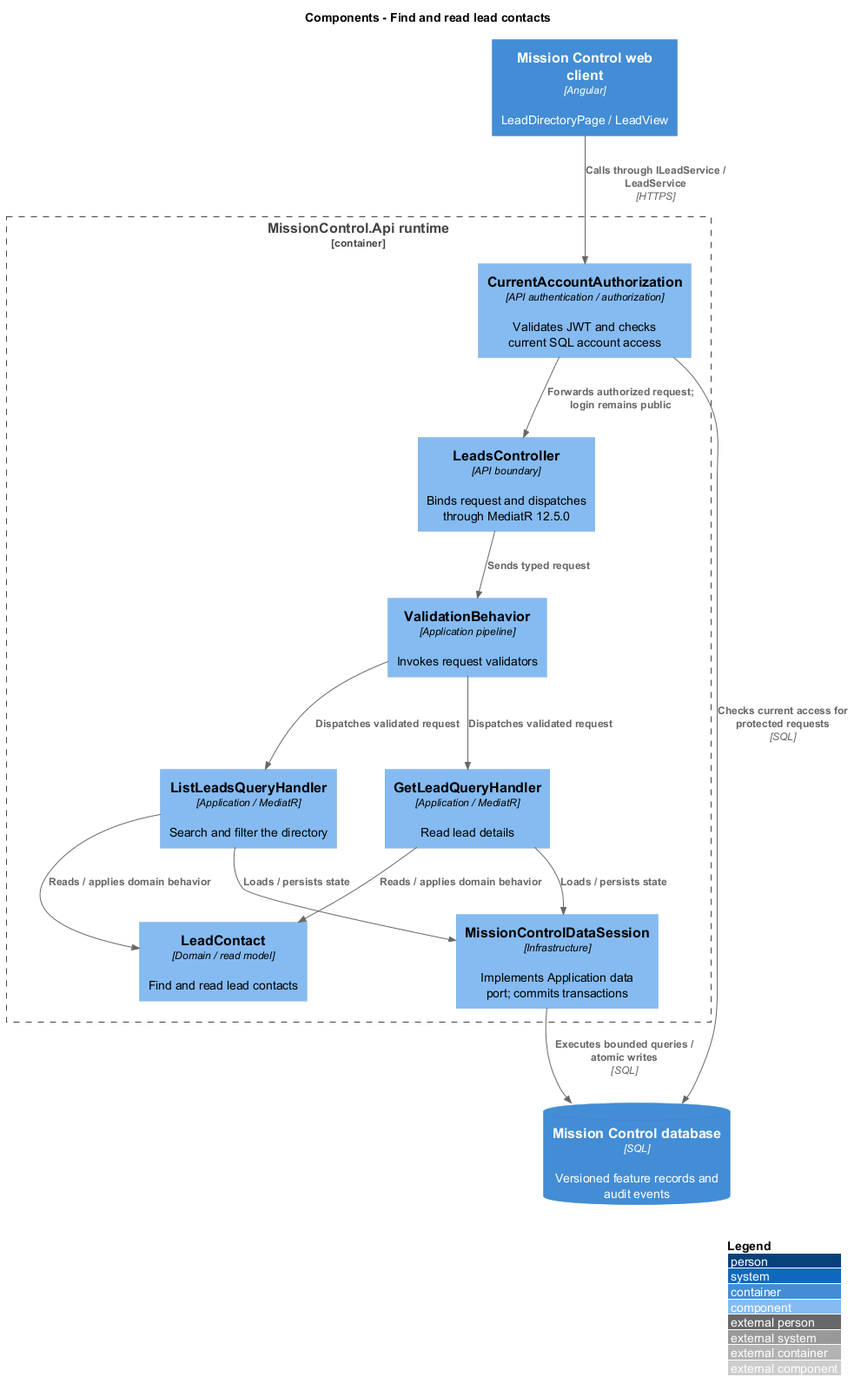
Above: docs/detailed-designs/leads/find-contacts/diagrams/c4-component.png in QuinntyneBrown/mission-control (PlantUML), before the change.
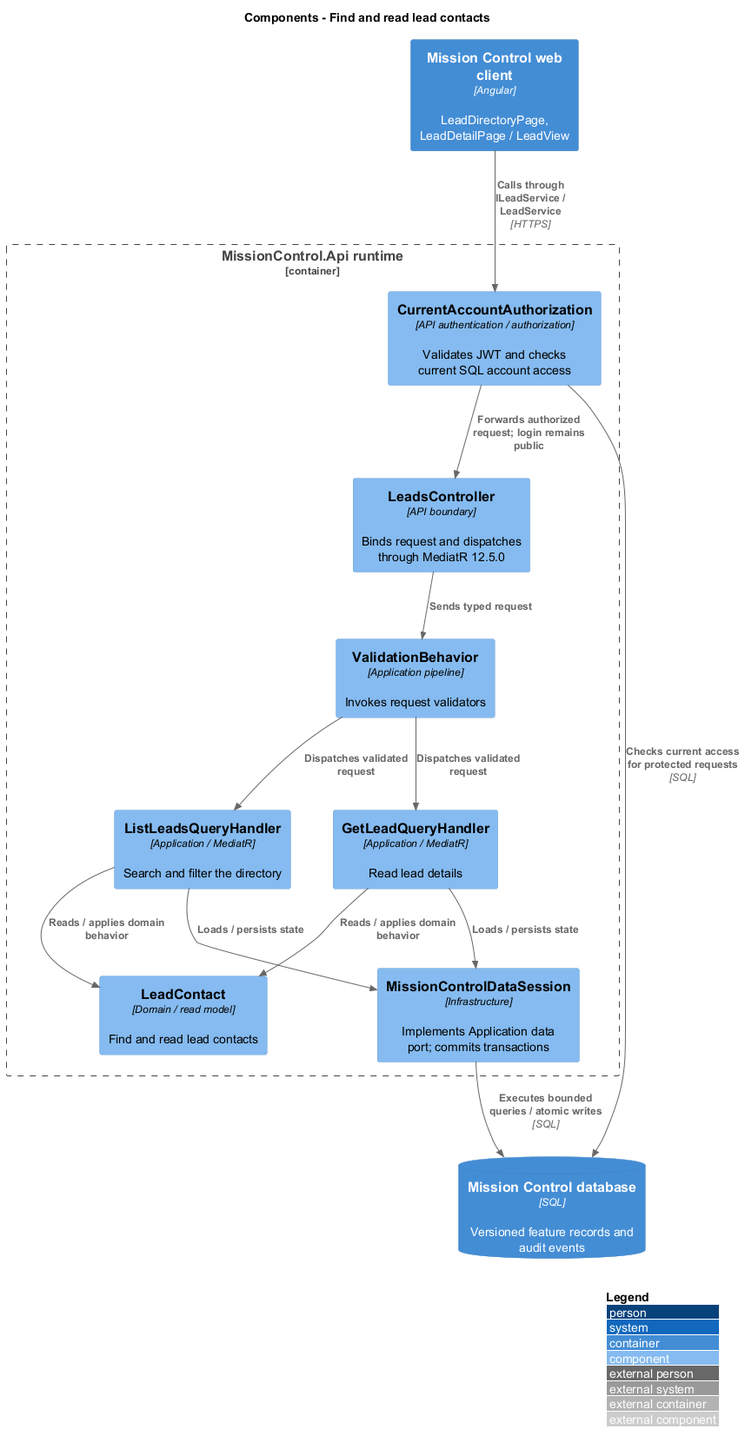
The same diagram one commit later.

What changed in the source:
```diff
@@ -2,7 +2,7 @@
 !include <C4/C4_Component>
 LAYOUT_WITH_LEGEND()
 title Components - Find and read lead contacts
-Container(web, "Mission Control web client", "Angular", "LeadDirectoryPage / LeadView")
+Container(web, "Mission Control web client", "Angular", "LeadDirectoryPage, LeadDetailPage / LeadView")
 ContainerDb(db, "Mission Control database", "SQL", "Versioned feature records and audit events")
 Container_Boundary(api, "MissionControl.Api runtime") {
   Component(ctrl, "LeadsController", "API boundary", "Binds request and dispatches through MediatR 12.5.0")
```
